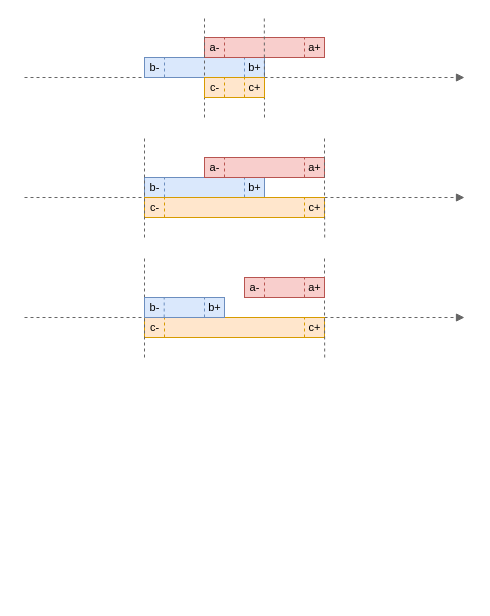
Earlier version of the draw.io diagram page "Algorithms" (5 of 5) of res/resources.drawio (gchudnov/mindthegap). Source tidied: cells renumbered, new cells numbered last; positions are measured from the earlier drawing's top-left corner, leaving out a move shared by most shapes. Both pictures are drawn from the tidied source at 100%, with x=0, y=0 at pixel (24, 17).
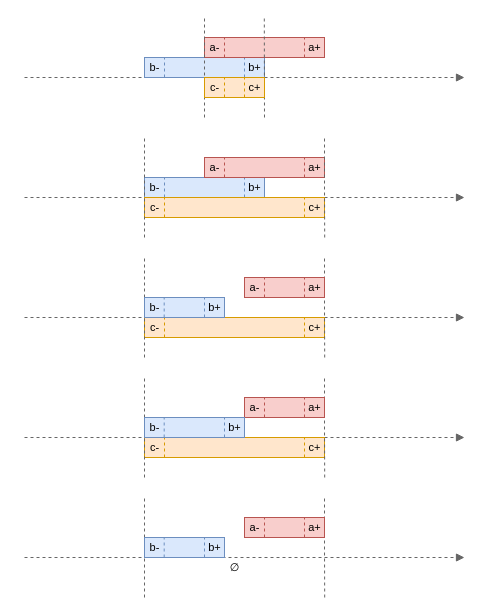
The same page after the edit.

Change to the diagram source:
```diff
@@
+    <mxCell id="63" style="endArrow=block;html=1;fontSize=12;strokeWidth=1;fillColor=#f5f5f5;strokeColor=#666666;endFill=1;dashed=1;" parent="1" edge="1">
+      <mxGeometry relative="1" as="geometry">
+        <mxPoint y="420" as="sourcePoint" />
+        <mxPoint x="440" y="420" as="targetPoint" />
+      </mxGeometry>
+    </mxCell>
+    <mxCell id="64" style="rounded=0;whiteSpace=wrap;html=1;fontSize=12;strokeWidth=1;fillColor=#ffe6cc;strokeColor=#d79b00;" parent="1" vertex="1">
+      <mxGeometry x="120" y="420" width="180" height="20" as="geometry" />
+    </mxCell>
+    <mxCell id="65" value="&lt;p style=&quot;line-height: 1.2&quot;&gt;c-&lt;/p&gt;" style="text;html=1;strokeColor=none;fillColor=none;align=center;verticalAlign=middle;rounded=0;fontSize=11;labelPosition=center;verticalLabelPosition=middle;horizontal=1;" parent="1" vertex="1">
+      <mxGeometry x="120" y="420" width="20" height="20" as="geometry" />
+    </mxCell>
+    <mxCell id="66" value="c+" style="text;html=1;strokeColor=none;fillColor=none;align=center;verticalAlign=middle;rounded=0;fontSize=11;spacing=2;" parent="1" vertex="1">
+      <mxGeometry x="280" y="420" width="20" height="20" as="geometry" />
+    </mxCell>
+    <mxCell id="67" style="endArrow=none;dashed=1;html=1;strokeWidth=1;fontSize=11;fillColor=#ffe6cc;strokeColor=#d79b00;" parent="1" edge="1">
+      <mxGeometry relative="1" as="geometry">
+        <mxPoint x="280" y="440" as="sourcePoint" />
+        <mxPoint x="280" y="420" as="targetPoint" />
+      </mxGeometry>
+    </mxCell>
+    <mxCell id="68" style="endArrow=none;dashed=1;html=1;strokeWidth=1;fontSize=11;fillColor=#ffe6cc;strokeColor=#d79b00;" parent="1" edge="1">
+      <mxGeometry relative="1" as="geometry">
+        <mxPoint x="140" y="440" as="sourcePoint" />
+        <mxPoint x="140" y="420" as="targetPoint" />
+      </mxGeometry>
+    </mxCell>
+    <mxCell id="69" style="endArrow=none;dashed=1;html=1;strokeWidth=1;fontSize=11;fillColor=#f5f5f5;strokeColor=#666666;" parent="1" edge="1">
+      <mxGeometry relative="1" as="geometry">
+        <mxPoint x="120" y="460" as="sourcePoint" />
+        <mxPoint x="120" y="360" as="targetPoint" />
+      </mxGeometry>
+    </mxCell>
+    <mxCell id="70" style="endArrow=none;dashed=1;html=1;strokeWidth=1;fontSize=11;fillColor=#f5f5f5;strokeColor=#666666;" parent="1" edge="1">
+      <mxGeometry relative="1" as="geometry">
+        <mxPoint x="300.2" y="460" as="sourcePoint" />
+        <mxPoint x="300" y="360" as="targetPoint" />
+        <Array as="points">
+          <mxPoint x="300" y="410" />
+        </Array>
+      </mxGeometry>
+    </mxCell>
+    <mxCell id="71" style="group;" parent="1" vertex="1">
+      <mxGeometry x="220" y="380" width="80" height="20" as="geometry" />
+    </mxCell>
+    <mxCell id="72" style="rounded=0;whiteSpace=wrap;html=1;fontSize=12;strokeWidth=1;fillColor=#f8cecc;strokeColor=#b85450;" parent="71" vertex="1">
+      <mxGeometry width="80" height="20" as="geometry" />
+    </mxCell>
+    <mxCell id="73" value="&lt;p style=&quot;line-height: 1.2&quot;&gt;a-&lt;/p&gt;" style="text;html=1;strokeColor=none;fillColor=none;align=center;verticalAlign=middle;rounded=0;fontSize=11;labelPosition=center;verticalLabelPosition=middle;horizontal=1;" parent="71" vertex="1">
+      <mxGeometry width="20" height="20" as="geometry" />
+    </mxCell>
+    <mxCell id="74" value="a+" style="text;html=1;strokeColor=none;fillColor=none;align=center;verticalAlign=middle;rounded=0;fontSize=11;spacing=2;" parent="71" vertex="1">
+      <mxGeometry x="60" width="20" height="20" as="geometry" />
+    </mxCell>
+    <mxCell id="75" style="endArrow=none;dashed=1;html=1;strokeWidth=1;fontSize=11;fillColor=#f8cecc;strokeColor=#b85450;" parent="71" edge="1">
+      <mxGeometry relative="1" as="geometry">
+        <mxPoint x="60" y="20" as="sourcePoint" />
+        <mxPoint x="60" as="targetPoint" />
+      </mxGeometry>
+    </mxCell>
+    <mxCell id="76" style="endArrow=none;dashed=1;html=1;strokeWidth=1;fontSize=11;fillColor=#f8cecc;strokeColor=#b85450;" parent="71" edge="1">
+      <mxGeometry relative="1" as="geometry">
+        <mxPoint x="20" y="20" as="sourcePoint" />
+        <mxPoint x="20" as="targetPoint" />
+      </mxGeometry>
+    </mxCell>
+    <mxCell id="77" style="group;" parent="1" vertex="1">
+      <mxGeometry x="120" y="400" width="100" height="20" as="geometry" />
+    </mxCell>
+    <mxCell id="78" style="rounded=0;whiteSpace=wrap;html=1;fontSize=12;strokeWidth=1;fillColor=#dae8fc;strokeColor=#6c8ebf;" parent="77" vertex="1">
+      <mxGeometry width="100" height="20" as="geometry" />
+    </mxCell>
+    <mxCell id="79" value="b-" style="text;html=1;strokeColor=none;fillColor=none;align=center;verticalAlign=middle;rounded=0;fontSize=11;" parent="77" vertex="1">
+      <mxGeometry width="20" height="20" as="geometry" />
+    </mxCell>
+    <mxCell id="80" value="b+" style="text;strokeColor=none;fillColor=none;align=center;verticalAlign=middle;rounded=0;fontSize=11;html=1;spacing=2;" parent="77" vertex="1">
+      <mxGeometry x="80" width="20" height="20" as="geometry" />
+    </mxCell>
+    <mxCell id="81" style="endArrow=none;dashed=1;html=1;strokeWidth=1;fontSize=11;fillColor=#dae8fc;strokeColor=#6c8ebf;" parent="77" edge="1">
+      <mxGeometry relative="1" as="geometry">
+        <mxPoint x="80" y="20" as="sourcePoint" />
+        <mxPoint x="80" as="targetPoint" />
+      </mxGeometry>
+    </mxCell>
+    <mxCell id="82" style="endArrow=none;dashed=1;html=1;strokeWidth=1;fontSize=11;fillColor=#dae8fc;strokeColor=#6c8ebf;" parent="77" edge="1">
+      <mxGeometry relative="1" as="geometry">
+        <mxPoint x="19.7" y="20" as="sourcePoint" />
+        <mxPoint x="19.7" as="targetPoint" />
+      </mxGeometry>
+    </mxCell>
+    <mxCell id="83" style="endArrow=block;html=1;fontSize=12;strokeWidth=1;fillColor=#f5f5f5;strokeColor=#666666;endFill=1;dashed=1;" parent="1" edge="1">
+      <mxGeometry relative="1" as="geometry">
+        <mxPoint y="540" as="sourcePoint" />
+        <mxPoint x="440" y="540" as="targetPoint" />
+      </mxGeometry>
+    </mxCell>
+    <mxCell id="84" value="∅" style="text;html=1;strokeColor=none;fillColor=none;align=center;verticalAlign=middle;rounded=0;fontSize=11;spacing=2;" parent="1" vertex="1">
+      <mxGeometry x="200" y="540" width="20" height="20" as="geometry" />
+    </mxCell>
+    <mxCell id="85" style="endArrow=none;dashed=1;html=1;strokeWidth=1;fontSize=11;fillColor=#f5f5f5;strokeColor=#666666;" parent="1" edge="1">
+      <mxGeometry relative="1" as="geometry">
+        <mxPoint x="120" y="580" as="sourcePoint" />
+        <mxPoint x="120" y="480" as="targetPoint" />
+      </mxGeometry>
+    </mxCell>
+    <mxCell id="86" style="endArrow=none;dashed=1;html=1;strokeWidth=1;fontSize=11;fillColor=#f5f5f5;strokeColor=#666666;" parent="1" edge="1">
+      <mxGeometry relative="1" as="geometry">
+        <mxPoint x="300.2" y="580" as="sourcePoint" />
+        <mxPoint x="300" y="480" as="targetPoint" />
+        <Array as="points">
+          <mxPoint x="300" y="530" />
+        </Array>
+      </mxGeometry>
+    </mxCell>
+    <mxCell id="87" style="group;" parent="1" vertex="1">
+      <mxGeometry x="120" y="520" width="80" height="20" as="geometry" />
+    </mxCell>
+    <mxCell id="88" style="rounded=0;whiteSpace=wrap;html=1;fontSize=12;strokeWidth=1;fillColor=#dae8fc;strokeColor=#6c8ebf;" parent="87" vertex="1">
+      <mxGeometry width="80" height="20" as="geometry" />
+    </mxCell>
+    <mxCell id="89" value="b-" style="text;html=1;strokeColor=none;fillColor=none;align=center;verticalAlign=middle;rounded=0;fontSize=11;" parent="87" vertex="1">
+      <mxGeometry width="20" height="20" as="geometry" />
+    </mxCell>
+    <mxCell id="90" value="b+" style="text;strokeColor=none;fillColor=none;align=center;verticalAlign=middle;rounded=0;fontSize=11;html=1;spacing=2;" parent="87" vertex="1">
+      <mxGeometry x="60" width="20" height="20" as="geometry" />
+    </mxCell>
+    <mxCell id="91" style="endArrow=none;dashed=1;html=1;strokeWidth=1;fontSize=11;fillColor=#dae8fc;strokeColor=#6c8ebf;" parent="87" edge="1">
+      <mxGeometry relative="1" as="geometry">
+        <mxPoint x="60" y="20" as="sourcePoint" />
+        <mxPoint x="60" as="targetPoint" />
+      </mxGeometry>
+    </mxCell>
+    <mxCell id="92" style="endArrow=none;dashed=1;html=1;strokeWidth=1;fontSize=11;fillColor=#dae8fc;strokeColor=#6c8ebf;" parent="87" edge="1">
+      <mxGeometry relative="1" as="geometry">
+        <mxPoint x="19.7" y="20" as="sourcePoint" />
+        <mxPoint x="19.7" as="targetPoint" />
+      </mxGeometry>
+    </mxCell>
+    <mxCell id="93" style="group;" parent="1" vertex="1">
+      <mxGeometry x="220" y="500" width="80" height="20" as="geometry" />
+    </mxCell>
+    <mxCell id="94" style="rounded=0;whiteSpace=wrap;html=1;fontSize=12;strokeWidth=1;fillColor=#f8cecc;strokeColor=#b85450;" parent="93" vertex="1">
+      <mxGeometry width="80" height="20" as="geometry" />
+    </mxCell>
+    <mxCell id="95" value="&lt;p style=&quot;line-height: 1.2&quot;&gt;a-&lt;/p&gt;" style="text;html=1;strokeColor=none;fillColor=none;align=center;verticalAlign=middle;rounded=0;fontSize=11;labelPosition=center;verticalLabelPosition=middle;horizontal=1;" parent="93" vertex="1">
+      <mxGeometry width="20" height="20" as="geometry" />
+    </mxCell>
+    <mxCell id="96" value="a+" style="text;html=1;strokeColor=none;fillColor=none;align=center;verticalAlign=middle;rounded=0;fontSize=11;spacing=2;" parent="93" vertex="1">
+      <mxGeometry x="60" width="20" height="20" as="geometry" />
+    </mxCell>
+    <mxCell id="97" style="endArrow=none;dashed=1;html=1;strokeWidth=1;fontSize=11;fillColor=#f8cecc;strokeColor=#b85450;" parent="93" edge="1">
+      <mxGeometry relative="1" as="geometry">
+        <mxPoint x="60" y="20" as="sourcePoint" />
+        <mxPoint x="60" as="targetPoint" />
+      </mxGeometry>
+    </mxCell>
+    <mxCell id="98" style="endArrow=none;dashed=1;html=1;strokeWidth=1;fontSize=11;fillColor=#f8cecc;strokeColor=#b85450;" parent="93" edge="1">
+      <mxGeometry relative="1" as="geometry">
+        <mxPoint x="20" y="20" as="sourcePoint" />
+        <mxPoint x="20" as="targetPoint" />
+      </mxGeometry>
+    </mxCell>
```
